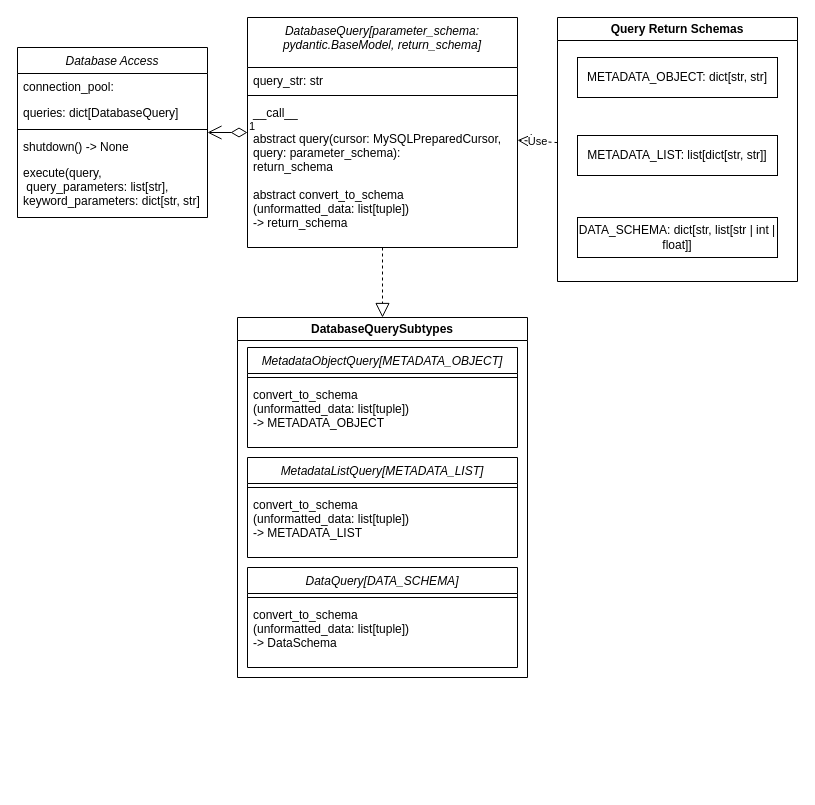
This is greenhouse-webapp/greenhouse_webapp/backend/diagrams/model/database/database_interface.drawio from MalinkyZubr/Engr-greenhouse-project, a draw.io file, before an edit. Source tidied: cells renumbered, new cells numbered last; positions are measured from the earlier drawing's top-left corner, leaving out a move shared by most shapes. Both pictures are drawn from the tidied source at 100%, with x=0, y=0 at pixel (17, 17).
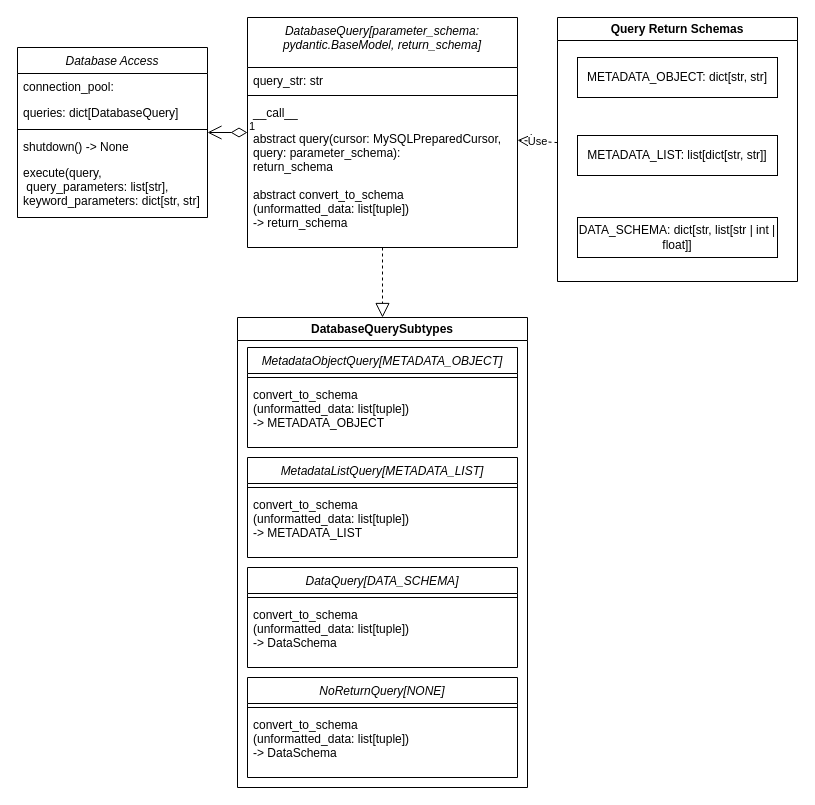
Above is the later version.

Commit message (it also covers changes not shown here):
finally finished database refactoring

The edit, as a diff of the source:
```diff
@@
     <mxCell id="21" value="DatabaseQuerySubtypes" style="swimlane;whiteSpace=wrap;html=1;" parent="1" vertex="1">
-      <mxGeometry x="220" y="300" width="290" height="360" as="geometry" />
+      <mxGeometry x="220" y="300" width="290" height="470" as="geometry" />
     </mxCell>
@@
+    <mxCell id="31" value="NoReturnQuery[NONE]" style="swimlane;fontStyle=2;align=center;verticalAlign=top;horizontal=1;startSize=26;rounded=0;shadow=0;strokeWidth=1;" parent="21" vertex="1">
+      <mxGeometry x="10" y="360" width="270" height="100" as="geometry" />
+    </mxCell>
+    <mxCell id="32" style="line;html=1;strokeWidth=1;align=left;verticalAlign=middle;spacingTop=-1;spacingLeft=3;spacingRight=3;labelPosition=right;" parent="31" vertex="1">
+      <mxGeometry y="26" width="270" height="8" as="geometry" />
+    </mxCell>
+    <mxCell id="33" value="convert_to_schema&#10;(unformatted_data: list[tuple]) &#10;-&gt; DataSchema" style="text;align=left;verticalAlign=top;spacingLeft=4;spacingRight=4;overflow=hidden;rounded=0;shadow=0;html=0;" parent="31" vertex="1">
+      <mxGeometry y="34" width="270" height="56" as="geometry" />
+    </mxCell>
```
